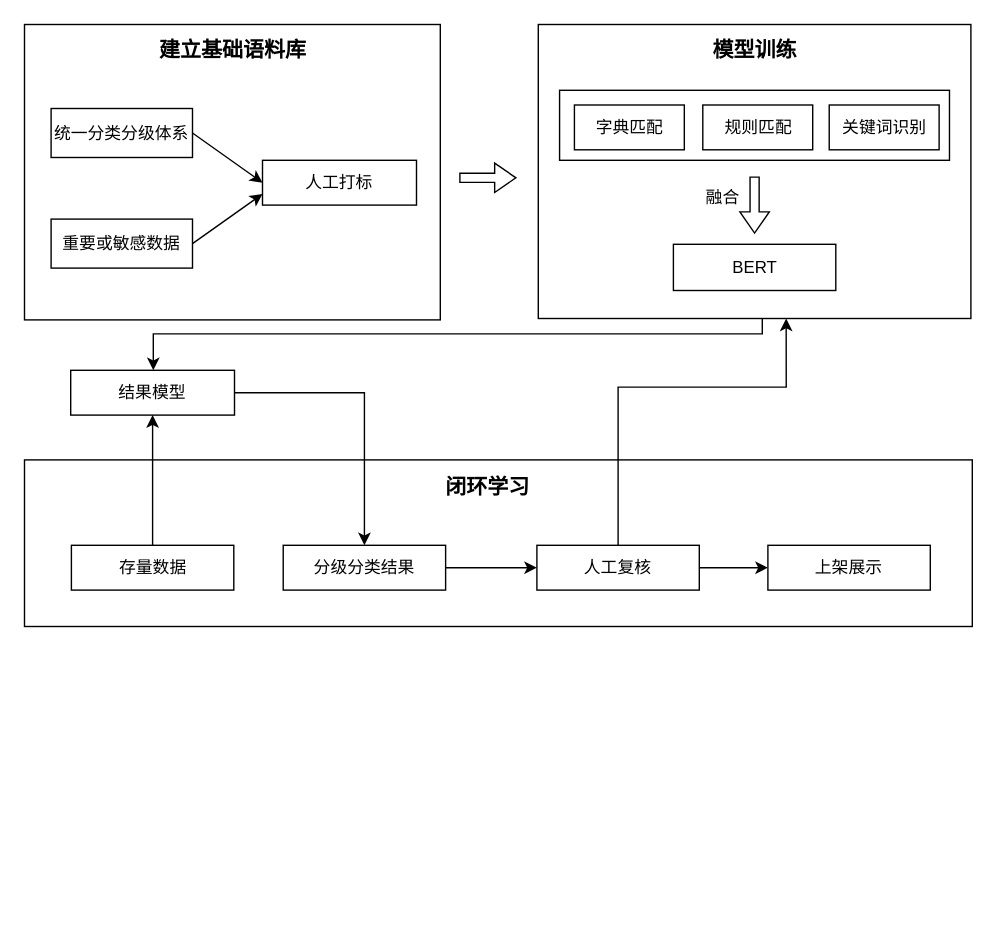
Earlier version of the draw.io diagram 数据安全.drawio (ZhangChaoZhong/draw). Source tidied: cells renumbered, new cells numbered last; positions are measured from the earlier drawing's top-left corner, leaving out a move shared by most shapes. Both pictures are drawn from the tidied source at 140%, with x=0, y=0 at pixel (24, 24).
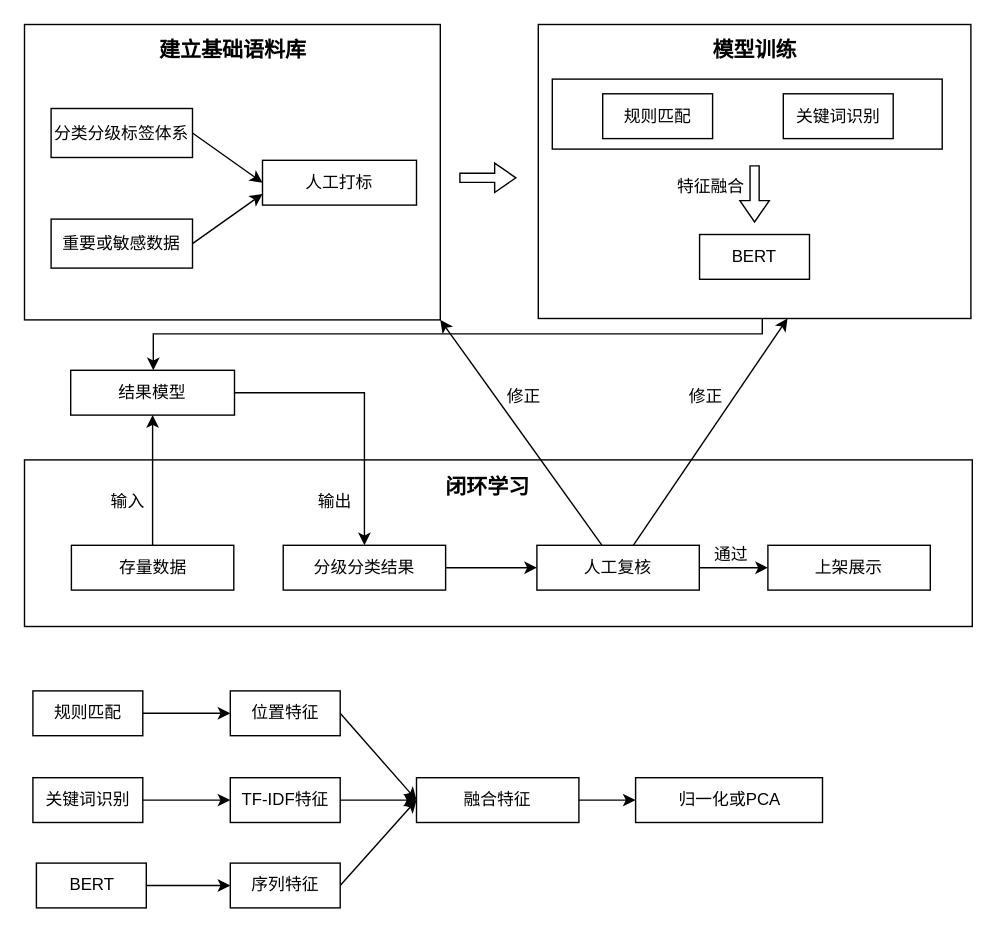
After the change.

Commit message:
更新数据安全.drawio

Unchanged cells that the change refers to:
```xml
<mxCell id="3" style="rounded=0;whiteSpace=wrap;html=1;" parent="1" vertex="1">
  <mxGeometry width="297" height="211" as="geometry" />
</mxCell>
<mxCell id="7" value="人工复核" style="rounded=0;whiteSpace=wrap;html=1;" parent="1" vertex="1">
  <mxGeometry x="366" y="372" width="116" height="32" as="geometry" />
</mxCell>
<mxCell id="15" style="rounded=0;whiteSpace=wrap;html=1;" parent="1" vertex="1">
  <mxGeometry x="367" width="309" height="210" as="geometry" />
</mxCell>
```

The edit, as a diff of the source:
```diff
@@
-    <mxCell id="20" style="rounded=0;whiteSpace=wrap;html=1;" parent="1" vertex="1">
-      <mxGeometry x="382.2" y="47" width="278.5" height="50" as="geometry" />
-    </mxCell>
-    <mxCell id="21" value="字典匹配" style="rounded=0;whiteSpace=wrap;html=1;" parent="1" vertex="1">
-      <mxGeometry x="392.8" y="57.5" width="78.5" height="32" as="geometry" />
-    </mxCell>
-    <mxCell id="22" value="BERT" style="rounded=0;whiteSpace=wrap;html=1;" parent="1" vertex="1">
-      <mxGeometry x="463.5" y="157" width="116" height="33" as="geometry" />
-    </mxCell>
-    <mxCell id="23" value="规则匹配" style="rounded=0;whiteSpace=wrap;html=1;" parent="1" vertex="1">
-      <mxGeometry x="484.5" y="57.5" width="78.5" height="32" as="geometry" />
-    </mxCell>
-    <mxCell id="24" value="关键词识别" style="rounded=0;whiteSpace=wrap;html=1;" parent="1" vertex="1">
-      <mxGeometry x="574.8" y="57.5" width="78.5" height="32" as="geometry" />
-    </mxCell>
-    <mxCell id="25" value="融合" style="text;html=1;strokeColor=none;fillColor=none;align=center;verticalAlign=middle;whiteSpace=wrap;rounded=0;" parent="1" vertex="1">
-      <mxGeometry x="478" y="109" width="42" height="30" as="geometry" />
+    <mxCell id="25" value="特征融合" style="text;html=1;strokeColor=none;fillColor=none;align=center;verticalAlign=middle;whiteSpace=wrap;rounded=0;" parent="1" vertex="1">
+      <mxGeometry x="464" y="101" width="53" height="30" as="geometry" />
     </mxCell>
     <mxCell id="26" style="verticalLabelPosition=bottom;verticalAlign=top;html=1;strokeWidth=1;shape=mxgraph.arrows2.arrow;dy=0.69;dx=15.17;notch=0;direction=south;" parent="1" vertex="1">
-      <mxGeometry x="511" y="109" width="21" height="40" as="geometry" />
+      <mxGeometry x="511" y="101" width="21" height="40" as="geometry" />
     </mxCell>
@@
-    <mxCell id="28" value="统一分类分级体系" style="rounded=0;whiteSpace=wrap;html=1;" parent="1" vertex="1">
+    <mxCell id="28" value="分类分级标签体系" style="rounded=0;whiteSpace=wrap;html=1;" parent="1" vertex="1">
       <mxGeometry x="19" y="60" width="101" height="35" as="geometry" />
     </mxCell>
@@
+    <mxCell id="32" style="rounded=0;jettySize=auto;html=1;entryX=1;entryY=1;entryDx=0;entryDy=0;" parent="1" edge="1" source="7" target="3">
+      <mxGeometry relative="1" as="geometry" />
+    </mxCell>
-    <mxCell id="31" style="edgeStyle=orthogonalEdgeStyle;rounded=0;jettySize=auto;html=1;entryX=0.573;entryY=1;entryDx=0;entryDy=0;entryPerimeter=0;" parent="1" edge="1" source="7" target="15">
-      <mxGeometry relative="1" as="geometry">
-        <Array as="points">
-          <mxPoint x="424" y="259" />
-          <mxPoint x="544" y="259" />
-        </Array>
-      </mxGeometry>
+    <mxCell id="31" style="rounded=0;jettySize=auto;html=1;entryX=0.576;entryY=1;entryDx=0;entryDy=0;entryPerimeter=0;" parent="1" edge="1" source="7" target="15">
+      <mxGeometry relative="1" as="geometry" />
     </mxCell>
+    <mxCell id="33" value="BERT" style="rounded=0;whiteSpace=wrap;html=1;" parent="1" vertex="1">
+      <mxGeometry x="482.2" y="150" width="78.5" height="32" as="geometry" />
+    </mxCell>
+    <mxCell id="34" value="修正" style="text;html=1;strokeColor=none;fillColor=none;align=center;verticalAlign=middle;whiteSpace=wrap;rounded=0;" parent="1" vertex="1">
+      <mxGeometry x="329" y="251" width="56" height="30" as="geometry" />
+    </mxCell>
+    <mxCell id="35" value="修正" style="text;html=1;strokeColor=none;fillColor=none;align=center;verticalAlign=middle;whiteSpace=wrap;rounded=0;" parent="1" vertex="1">
+      <mxGeometry x="459" y="251" width="56" height="30" as="geometry" />
+    </mxCell>
+    <mxCell id="36" value="通过" style="text;html=1;strokeColor=none;fillColor=none;align=center;verticalAlign=middle;whiteSpace=wrap;rounded=0;" parent="1" vertex="1">
+      <mxGeometry x="477" y="363.5" width="56" height="30" as="geometry" />
+    </mxCell>
+    <mxCell id="37" value="输入" style="text;html=1;strokeColor=none;fillColor=none;align=center;verticalAlign=middle;whiteSpace=wrap;rounded=0;" parent="1" vertex="1">
+      <mxGeometry x="46" y="326" width="56" height="30" as="geometry" />
+    </mxCell>
+    <mxCell id="38" value="输出" style="text;html=1;strokeColor=none;fillColor=none;align=center;verticalAlign=middle;whiteSpace=wrap;rounded=0;" parent="1" vertex="1">
+      <mxGeometry x="194" y="326" width="56" height="30" as="geometry" />
+    </mxCell>
+    <mxCell id="20" style="rounded=0;whiteSpace=wrap;html=1;" parent="1" vertex="1">
+      <mxGeometry x="377" y="39" width="278.5" height="50" as="geometry" />
+    </mxCell>
+    <mxCell id="23" value="规则匹配" style="rounded=0;whiteSpace=wrap;html=1;" parent="1" vertex="1">
+      <mxGeometry x="413" y="49.5" width="78.5" height="32" as="geometry" />
+    </mxCell>
+    <mxCell id="24" value="关键词识别" style="rounded=0;whiteSpace=wrap;html=1;" parent="1" vertex="1">
+      <mxGeometry x="542" y="49.5" width="78.5" height="32" as="geometry" />
+    </mxCell>
+    <mxCell id="39" style="edgeStyle=orthogonalEdgeStyle;rounded=0;jettySize=auto;html=1;" parent="1" edge="1" source="40" target="50">
+      <mxGeometry relative="1" as="geometry" />
+    </mxCell>
+    <mxCell id="40" value="BERT" style="rounded=0;whiteSpace=wrap;html=1;" parent="1" vertex="1">
+      <mxGeometry x="8.5" y="599" width="78.5" height="32" as="geometry" />
+    </mxCell>
+    <mxCell id="41" style="edgeStyle=orthogonalEdgeStyle;rounded=0;jettySize=auto;html=1;entryX=0;entryY=0.5;entryDx=0;entryDy=0;" parent="1" edge="1" source="42" target="46">
+      <mxGeometry relative="1" as="geometry" />
+    </mxCell>
+    <mxCell id="42" value="规则匹配" style="rounded=0;whiteSpace=wrap;html=1;" parent="1" vertex="1">
+      <mxGeometry x="6" y="476" width="78.5" height="32" as="geometry" />
+    </mxCell>
+    <mxCell id="43" style="edgeStyle=orthogonalEdgeStyle;rounded=0;jettySize=auto;html=1;entryX=0;entryY=0.5;entryDx=0;entryDy=0;" parent="1" edge="1" source="44" target="48">
+      <mxGeometry relative="1" as="geometry" />
+    </mxCell>
+    <mxCell id="44" value="关键词识别" style="rounded=0;whiteSpace=wrap;html=1;" parent="1" vertex="1">
+      <mxGeometry x="6" y="538" width="78.5" height="32" as="geometry" />
+    </mxCell>
+    <mxCell id="45" style="rounded=0;jettySize=auto;html=1;entryX=0;entryY=0.5;entryDx=0;entryDy=0;exitX=1;exitY=0.5;exitDx=0;exitDy=0;" parent="1" edge="1" source="46" target="52">
+      <mxGeometry relative="1" as="geometry" />
+    </mxCell>
+    <mxCell id="46" value="位置特征" style="rounded=0;whiteSpace=wrap;html=1;" parent="1" vertex="1">
+      <mxGeometry x="147" y="476" width="78.5" height="32" as="geometry" />
+    </mxCell>
+    <mxCell id="47" style="edgeStyle=orthogonalEdgeStyle;rounded=0;jettySize=auto;html=1;entryX=0;entryY=0.5;entryDx=0;entryDy=0;" parent="1" edge="1" source="48" target="52">
+      <mxGeometry relative="1" as="geometry" />
+    </mxCell>
+    <mxCell id="48" value="TF-IDF特征" style="rounded=0;whiteSpace=wrap;html=1;" parent="1" vertex="1">
+      <mxGeometry x="147" y="538" width="78.5" height="32" as="geometry" />
+    </mxCell>
+    <mxCell id="49" style="rounded=0;jettySize=auto;html=1;entryX=0;entryY=0.5;entryDx=0;entryDy=0;exitX=1;exitY=0.5;exitDx=0;exitDy=0;" parent="1" edge="1" source="50" target="52">
+      <mxGeometry relative="1" as="geometry" />
+    </mxCell>
+    <mxCell id="50" value="序列特征" style="rounded=0;whiteSpace=wrap;html=1;" parent="1" vertex="1">
+      <mxGeometry x="147" y="599" width="78.5" height="32" as="geometry" />
+    </mxCell>
+    <mxCell id="51" style="edgeStyle=orthogonalEdgeStyle;rounded=0;jettySize=auto;html=1;entryX=0;entryY=0.5;entryDx=0;entryDy=0;" parent="1" edge="1" source="52" target="53">
+      <mxGeometry relative="1" as="geometry" />
+    </mxCell>
+    <mxCell id="52" value="融合特征" style="rounded=0;whiteSpace=wrap;html=1;" parent="1" vertex="1">
+      <mxGeometry x="280" y="538" width="116" height="32" as="geometry" />
+    </mxCell>
+    <mxCell id="53" value="归一化或PCA" style="rounded=0;whiteSpace=wrap;html=1;" parent="1" vertex="1">
+      <mxGeometry x="436.5" y="538" width="133.5" height="32" as="geometry" />
+    </mxCell>
```
